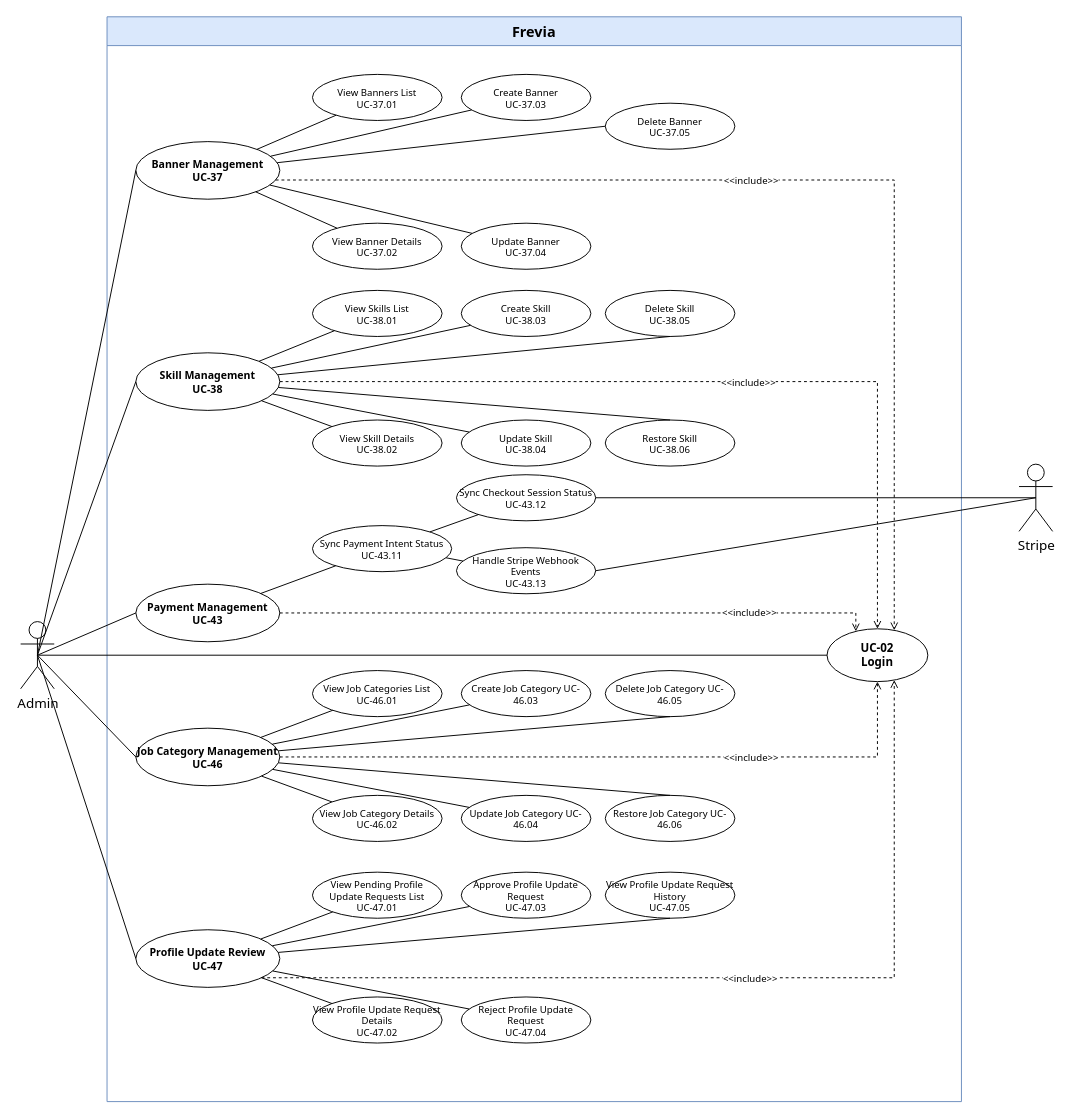
This is page "Admin 4/4" (4 of 4) of uc-diagrams/Admin.drawio from Thunggg/Frevia, a draw.io file, before an edit. Source tidied: cells renumbered, new cells numbered last; positions are measured from the earlier drawing's top-left corner, leaving out a move shared by most shapes. Both pictures are drawn from the tidied source at 96%, with x=0, y=0 at pixel (20, 16).
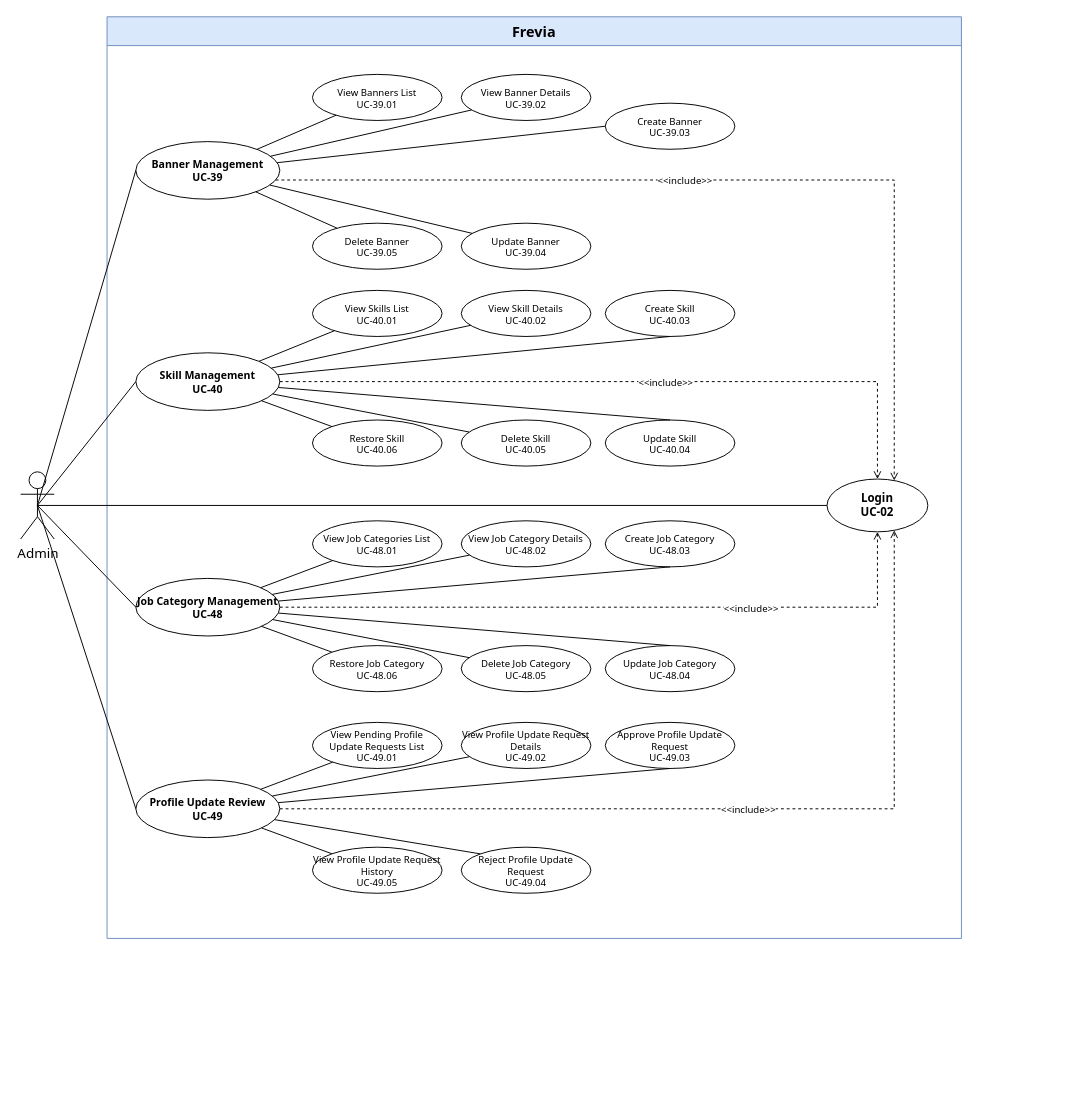
Above is the later version.

Commit message (it also covers changes not shown here):
docs(uc-diagrams): sync UC diagrams with Frevia_BACKLOG and clockwise ordering

The edit, as a diff of the source:
```diff
@@
     <mxCell id="2" value="Frevia" style="swimlane;whiteSpace=wrap;html=1;startSize=30;fontSize=15;fontFamily=Tahoma;fontStyle=1;fillColor=#dae8fc;strokeColor=#6c8ebf;" parent="1" vertex="1">
-      <mxGeometry x="90" width="890" height="1130" as="geometry" />
+      <mxGeometry x="90" width="890" height="960" as="geometry" />
     </mxCell>
-    <mxCell id="3" value="UC-02&#10;Login" style="ellipse;whiteSpace=wrap;html=1;fontSize=12;fontFamily=Tahoma;fontStyle=1;fillColor=#ffffff;strokeColor=#000000;" parent="2" vertex="1">
-      <mxGeometry x="750" y="637.5" width="105" height="55" as="geometry" />
+    <mxCell id="3" value="Login&#10;UC-02" style="ellipse;whiteSpace=wrap;html=1;fontSize=12;fontFamily=Tahoma;fontStyle=1;fillColor=#ffffff;strokeColor=#000000;" parent="2" vertex="1">
+      <mxGeometry x="750" y="481.5" width="105" height="55" as="geometry" />
     </mxCell>
-    <mxCell id="4" value="Banner Management&#10;UC-37" style="ellipse;whiteSpace=wrap;html=1;fontSize=11;fontFamily=Tahoma;fontStyle=1;fillColor=#ffffff;strokeColor=#000000;" parent="2" vertex="1">
+    <mxCell id="4" value="Banner Management&#10;UC-39" style="ellipse;whiteSpace=wrap;html=1;fontSize=11;fontFamily=Tahoma;fontStyle=1;fillColor=#ffffff;strokeColor=#000000;" parent="2" vertex="1">
       <mxGeometry x="30" y="130" width="150" height="60" as="geometry" />
     </mxCell>
-    <mxCell id="5" value="View Banners List&#10;UC-37.01" style="ellipse;whiteSpace=wrap;html=1;fontSize=10;fontFamily=Tahoma;fillColor=#ffffff;strokeColor=#000000;" parent="2" vertex="1">
+    <mxCell id="5" value="View Banners List&#10;UC-39.01" style="ellipse;whiteSpace=wrap;html=1;fontSize=10;fontFamily=Tahoma;fillColor=#ffffff;strokeColor=#000000;" parent="2" vertex="1">
       <mxGeometry x="214" y="60" width="135" height="48" as="geometry" />
     </mxCell>
-    <mxCell id="6" value="View Banner Details&#10;UC-37.02" style="ellipse;whiteSpace=wrap;html=1;fontSize=10;fontFamily=Tahoma;fillColor=#ffffff;strokeColor=#000000;" parent="2" vertex="1">
+    <mxCell id="6" value="Delete Banner&#10;UC-39.05" style="ellipse;whiteSpace=wrap;html=1;fontSize=10;fontFamily=Tahoma;fillColor=#ffffff;strokeColor=#000000;" parent="2" vertex="1">
       <mxGeometry x="214" y="215" width="135" height="48" as="geometry" />
     </mxCell>
-    <mxCell id="7" value="Create Banner&#10;UC-37.03" style="ellipse;whiteSpace=wrap;html=1;fontSize=10;fontFamily=Tahoma;fillColor=#ffffff;strokeColor=#000000;" parent="2" vertex="1">
+    <mxCell id="7" value="View Banner Details&#10;UC-39.02" style="ellipse;whiteSpace=wrap;html=1;fontSize=10;fontFamily=Tahoma;fillColor=#ffffff;strokeColor=#000000;" parent="2" vertex="1">
       <mxGeometry x="369" y="60" width="135" height="48" as="geometry" />
     </mxCell>
-    <mxCell id="8" value="Update Banner&#10;UC-37.04" style="ellipse;whiteSpace=wrap;html=1;fontSize=10;fontFamily=Tahoma;fillColor=#ffffff;strokeColor=#000000;" parent="2" vertex="1">
+    <mxCell id="8" value="Update Banner&#10;UC-39.04" style="ellipse;whiteSpace=wrap;html=1;fontSize=10;fontFamily=Tahoma;fillColor=#ffffff;strokeColor=#000000;" parent="2" vertex="1">
       <mxGeometry x="369" y="215" width="135" height="48" as="geometry" />
     </mxCell>
-    <mxCell id="9" value="Delete Banner&#10;UC-37.05" style="ellipse;whiteSpace=wrap;html=1;fontSize=10;fontFamily=Tahoma;fillColor=#ffffff;strokeColor=#000000;" parent="2" vertex="1">
+    <mxCell id="9" value="Create Banner&#10;UC-39.03" style="ellipse;whiteSpace=wrap;html=1;fontSize=10;fontFamily=Tahoma;fillColor=#ffffff;strokeColor=#000000;" parent="2" vertex="1">
       <mxGeometry x="519" y="90" width="135" height="48" as="geometry" />
     </mxCell>
@@
-    <mxCell id="15" value="Skill Management&#10;UC-38" style="ellipse;whiteSpace=wrap;html=1;fontSize=11;fontFamily=Tahoma;fontStyle=1;fillColor=#ffffff;strokeColor=#000000;" parent="2" vertex="1">
+    <mxCell id="15" value="Skill Management&#10;UC-40" style="ellipse;whiteSpace=wrap;html=1;fontSize=11;fontFamily=Tahoma;fontStyle=1;fillColor=#ffffff;strokeColor=#000000;" parent="2" vertex="1">
       <mxGeometry x="30" y="350" width="150" height="60" as="geometry" />
     </mxCell>
-    <mxCell id="16" value="View Skills List&#10;UC-38.01" style="ellipse;whiteSpace=wrap;html=1;fontSize=10;fontFamily=Tahoma;fillColor=#ffffff;strokeColor=#000000;" parent="2" vertex="1">
+    <mxCell id="16" value="View Skills List&#10;UC-40.01" style="ellipse;whiteSpace=wrap;html=1;fontSize=10;fontFamily=Tahoma;fillColor=#ffffff;strokeColor=#000000;" parent="2" vertex="1">
       <mxGeometry x="214" y="285" width="135" height="48" as="geometry" />
     </mxCell>
-    <mxCell id="17" value="View Skill Details&#10;UC-38.02" style="ellipse;whiteSpace=wrap;html=1;fontSize=10;fontFamily=Tahoma;fillColor=#ffffff;strokeColor=#000000;" parent="2" vertex="1">
+    <mxCell id="17" value="Restore Skill&#10;UC-40.06" style="ellipse;whiteSpace=wrap;html=1;fontSize=10;fontFamily=Tahoma;fillColor=#ffffff;strokeColor=#000000;" parent="2" vertex="1">
       <mxGeometry x="214" y="420" width="135" height="48" as="geometry" />
     </mxCell>
-    <mxCell id="18" value="Create Skill&#10;UC-38.03" style="ellipse;whiteSpace=wrap;html=1;fontSize=10;fontFamily=Tahoma;fillColor=#ffffff;strokeColor=#000000;" parent="2" vertex="1">
+    <mxCell id="18" value="View Skill Details&#10;UC-40.02" style="ellipse;whiteSpace=wrap;html=1;fontSize=10;fontFamily=Tahoma;fillColor=#ffffff;strokeColor=#000000;" parent="2" vertex="1">
       <mxGeometry x="369" y="285" width="135" height="48" as="geometry" />
     </mxCell>
-    <mxCell id="19" value="Update Skill&#10;UC-38.04" style="ellipse;whiteSpace=wrap;html=1;fontSize=10;fontFamily=Tahoma;fillColor=#ffffff;strokeColor=#000000;" parent="2" vertex="1">
+    <mxCell id="19" value="Delete Skill&#10;UC-40.05" style="ellipse;whiteSpace=wrap;html=1;fontSize=10;fontFamily=Tahoma;fillColor=#ffffff;strokeColor=#000000;" parent="2" vertex="1">
       <mxGeometry x="369" y="420" width="135" height="48" as="geometry" />
     </mxCell>
-    <mxCell id="20" value="Delete Skill&#10;UC-38.05" style="ellipse;whiteSpace=wrap;html=1;fontSize=10;fontFamily=Tahoma;fillColor=#ffffff;strokeColor=#000000;" parent="2" vertex="1">
+    <mxCell id="20" value="Create Skill&#10;UC-40.03" style="ellipse;whiteSpace=wrap;html=1;fontSize=10;fontFamily=Tahoma;fillColor=#ffffff;strokeColor=#000000;" parent="2" vertex="1">
       <mxGeometry x="519" y="285" width="135" height="48" as="geometry" />
     </mxCell>
-    <mxCell id="21" value="Restore Skill&#10;UC-38.06" style="ellipse;whiteSpace=wrap;html=1;fontSize=10;fontFamily=Tahoma;fillColor=#ffffff;strokeColor=#000000;" parent="2" vertex="1">
+    <mxCell id="21" value="Update Skill&#10;UC-40.04" style="ellipse;whiteSpace=wrap;html=1;fontSize=10;fontFamily=Tahoma;fillColor=#ffffff;strokeColor=#000000;" parent="2" vertex="1">
       <mxGeometry x="519" y="420" width="135" height="48" as="geometry" />
     </mxCell>
@@
-    <mxCell id="28" value="Payment Management&#10;UC-43" style="ellipse;whiteSpace=wrap;html=1;fontSize=11;fontFamily=Tahoma;fontStyle=1;fillColor=#ffffff;strokeColor=#000000;" parent="2" vertex="1">
-      <mxGeometry x="30" y="591" width="150" height="60" as="geometry" />
-    </mxCell>
-    <mxCell id="29" value="Sync Payment Intent Status&#10;UC-43.11" style="ellipse;whiteSpace=wrap;html=1;fontSize=10;fontFamily=Tahoma;fillColor=#ffffff;strokeColor=#000000;" parent="2" vertex="1">
-      <mxGeometry x="214" y="530" width="145" height="48" as="geometry" />
-    </mxCell>
-    <mxCell id="30" style="endArrow=none;html=1;rounded=0;fontFamily=Tahoma;fontSize=13;" parent="2" edge="1" source="28" target="29">
-      <mxGeometry relative="1" as="geometry" />
-    </mxCell>
-    <mxCell id="31" value="Job Category Management&#10;UC-46" style="ellipse;whiteSpace=wrap;html=1;fontSize=11;fontFamily=Tahoma;fontStyle=1;fillColor=#ffffff;strokeColor=#000000;" parent="2" vertex="1">
-      <mxGeometry x="30" y="741" width="150" height="60" as="geometry" />
+    <mxCell id="31" value="Job Category Management&#10;UC-48" style="ellipse;whiteSpace=wrap;html=1;fontSize=11;fontFamily=Tahoma;fontStyle=1;fillColor=#ffffff;strokeColor=#000000;" parent="2" vertex="1">
+      <mxGeometry x="30" y="585" width="150" height="60" as="geometry" />
     </mxCell>
-    <mxCell id="32" value="View Job Categories List&#10;UC-46.01" style="ellipse;whiteSpace=wrap;html=1;fontSize=10;fontFamily=Tahoma;fillColor=#ffffff;strokeColor=#000000;" parent="2" vertex="1">
-      <mxGeometry x="214" y="681" width="135" height="48" as="geometry" />
+    <mxCell id="32" value="View Job Categories List&#10;UC-48.01" style="ellipse;whiteSpace=wrap;html=1;fontSize=10;fontFamily=Tahoma;fillColor=#ffffff;strokeColor=#000000;" parent="2" vertex="1">
+      <mxGeometry x="214" y="525" width="135" height="48" as="geometry" />
     </mxCell>
-    <mxCell id="33" value="View Job Category Details&#10;UC-46.02" style="ellipse;whiteSpace=wrap;html=1;fontSize=10;fontFamily=Tahoma;fillColor=#ffffff;strokeColor=#000000;" parent="2" vertex="1">
-      <mxGeometry x="214" y="811" width="135" height="48" as="geometry" />
+    <mxCell id="33" value="Restore Job Category&#10;UC-48.06" style="ellipse;whiteSpace=wrap;html=1;fontSize=10;fontFamily=Tahoma;fillColor=#ffffff;strokeColor=#000000;" parent="2" vertex="1">
+      <mxGeometry x="214" y="655" width="135" height="48" as="geometry" />
     </mxCell>
-    <mxCell id="34" value="Create Job Category&amp;#xa;UC-46.03" style="ellipse;whiteSpace=wrap;html=1;fontSize=10;fontFamily=Tahoma;fillColor=#ffffff;strokeColor=#000000;" parent="2" vertex="1">
-      <mxGeometry x="369" y="681" width="135" height="48" as="geometry" />
+    <mxCell id="34" value="View Job Category Details&#10;UC-48.02" style="ellipse;whiteSpace=wrap;html=1;fontSize=10;fontFamily=Tahoma;fillColor=#ffffff;strokeColor=#000000;" parent="2" vertex="1">
+      <mxGeometry x="369" y="525" width="135" height="48" as="geometry" />
     </mxCell>
-    <mxCell id="35" value="Update Job Category&amp;#xa;UC-46.04" style="ellipse;whiteSpace=wrap;html=1;fontSize=10;fontFamily=Tahoma;fillColor=#ffffff;strokeColor=#000000;" parent="2" vertex="1">
-      <mxGeometry x="369" y="811" width="135" height="48" as="geometry" />
+    <mxCell id="35" value="Delete Job Category&#10;UC-48.05" style="ellipse;whiteSpace=wrap;html=1;fontSize=10;fontFamily=Tahoma;fillColor=#ffffff;strokeColor=#000000;" parent="2" vertex="1">
+      <mxGeometry x="369" y="655" width="135" height="48" as="geometry" />
     </mxCell>
-    <mxCell id="36" value="Delete Job Category&amp;#xa;UC-46.05" style="ellipse;whiteSpace=wrap;html=1;fontSize=10;fontFamily=Tahoma;fillColor=#ffffff;strokeColor=#000000;" parent="2" vertex="1">
-      <mxGeometry x="519" y="681" width="135" height="48" as="geometry" />
+    <mxCell id="36" value="Create Job Category&#10;UC-48.03" style="ellipse;whiteSpace=wrap;html=1;fontSize=10;fontFamily=Tahoma;fillColor=#ffffff;strokeColor=#000000;" parent="2" vertex="1">
+      <mxGeometry x="519" y="525" width="135" height="48" as="geometry" />
     </mxCell>
@@
-    <mxCell id="42" value="Profile Update Review&#10;UC-47" style="ellipse;whiteSpace=wrap;html=1;fontSize=11;fontFamily=Tahoma;fontStyle=1;fillColor=#ffffff;strokeColor=#000000;" parent="2" vertex="1">
-      <mxGeometry x="30" y="951" width="150" height="60" as="geometry" />
+    <mxCell id="42" value="Profile Update Review&#10;UC-49" style="ellipse;whiteSpace=wrap;html=1;fontSize=11;fontFamily=Tahoma;fontStyle=1;fillColor=#ffffff;strokeColor=#000000;" parent="2" vertex="1">
+      <mxGeometry x="30" y="795" width="150" height="60" as="geometry" />
     </mxCell>
-    <mxCell id="43" value="View Pending Profile Update Requests List&#10;UC-47.01" style="ellipse;whiteSpace=wrap;html=1;fontSize=10;fontFamily=Tahoma;fillColor=#ffffff;strokeColor=#000000;" parent="2" vertex="1">
-      <mxGeometry x="214" y="891" width="135" height="48" as="geometry" />
+    <mxCell id="43" value="View Pending Profile Update Requests List&#10;UC-49.01" style="ellipse;whiteSpace=wrap;html=1;fontSize=10;fontFamily=Tahoma;fillColor=#ffffff;strokeColor=#000000;" parent="2" vertex="1">
+      <mxGeometry x="214" y="735" width="135" height="48" as="geometry" />
     </mxCell>
-    <mxCell id="44" value="View Profile Update Request Details&#10;UC-47.02" style="ellipse;whiteSpace=wrap;html=1;fontSize=10;fontFamily=Tahoma;fillColor=#ffffff;strokeColor=#000000;" parent="2" vertex="1">
-      <mxGeometry x="214" y="1021" width="135" height="48" as="geometry" />
+    <mxCell id="44" value="View Profile Update Request History&#10;UC-49.05" style="ellipse;whiteSpace=wrap;html=1;fontSize=10;fontFamily=Tahoma;fillColor=#ffffff;strokeColor=#000000;" parent="2" vertex="1">
+      <mxGeometry x="214" y="865" width="135" height="48" as="geometry" />
     </mxCell>
-    <mxCell id="45" value="Approve Profile Update Request&#10;UC-47.03" style="ellipse;whiteSpace=wrap;html=1;fontSize=10;fontFamily=Tahoma;fillColor=#ffffff;strokeColor=#000000;" parent="2" vertex="1">
-      <mxGeometry x="369" y="891" width="135" height="48" as="geometry" />
+    <mxCell id="45" value="View Profile Update Request Details&#10;UC-49.02" style="ellipse;whiteSpace=wrap;html=1;fontSize=10;fontFamily=Tahoma;fillColor=#ffffff;strokeColor=#000000;" parent="2" vertex="1">
+      <mxGeometry x="369" y="735" width="135" height="48" as="geometry" />
     </mxCell>
-    <mxCell id="46" value="Reject Profile Update Request&#10;UC-47.04" style="ellipse;whiteSpace=wrap;html=1;fontSize=10;fontFamily=Tahoma;fillColor=#ffffff;strokeColor=#000000;" parent="2" vertex="1">
-      <mxGeometry x="369" y="1021" width="135" height="48" as="geometry" />
+    <mxCell id="46" value="Reject Profile Update Request&#10;UC-49.04" style="ellipse;whiteSpace=wrap;html=1;fontSize=10;fontFamily=Tahoma;fillColor=#ffffff;strokeColor=#000000;" parent="2" vertex="1">
+      <mxGeometry x="369" y="865" width="135" height="48" as="geometry" />
     </mxCell>
-    <mxCell id="47" value="View Profile Update Request History&#10;UC-47.05" style="ellipse;whiteSpace=wrap;html=1;fontSize=10;fontFamily=Tahoma;fillColor=#ffffff;strokeColor=#000000;" parent="2" vertex="1">
-      <mxGeometry x="519" y="891" width="135" height="48" as="geometry" />
+    <mxCell id="47" value="Approve Profile Update Request&#10;UC-49.03" style="ellipse;whiteSpace=wrap;html=1;fontSize=10;fontFamily=Tahoma;fillColor=#ffffff;strokeColor=#000000;" parent="2" vertex="1">
+      <mxGeometry x="519" y="735" width="135" height="48" as="geometry" />
     </mxCell>
@@
-    <mxCell id="51" style="endArrow=none;html=1;rounded=0;fontFamily=Tahoma;fontSize=13;" parent="2" edge="1" source="42" target="46">
+    <mxCell id="51" style="endArrow=none;html=1;rounded=0;fontFamily=Tahoma;fontSize=13;entryX=0;entryY=0;entryDx=0;entryDy=0;" parent="2" edge="1" source="42" target="46">
       <mxGeometry relative="1" as="geometry" />
     </mxCell>
@@
-    <mxCell id="54" value="&amp;lt;&amp;lt;include&amp;gt;&amp;gt;" style="edgeStyle=orthogonalEdgeStyle;rounded=0;endArrow=open;dashed=1;html=1;strokeColor=#000000;fontSize=10;fontFamily=Tahoma;labelBackgroundColor=#ffffff;align=center;verticalAlign=middle;" parent="2" edge="1" source="28" target="3">
-      <mxGeometry x="0.58" y="1" relative="1" as="geometry">
-        <Array as="points">
-          <mxPoint x="780" y="621" />
-        </Array>
-      </mxGeometry>
-    </mxCell>
     <mxCell id="55" value="&amp;lt;&amp;lt;include&amp;gt;&amp;gt;" style="edgeStyle=orthogonalEdgeStyle;rounded=0;endArrow=open;dashed=1;html=1;strokeColor=#000000;fontSize=10;fontFamily=Tahoma;labelBackgroundColor=#ffffff;align=center;verticalAlign=middle;" parent="2" edge="1" source="42" target="3">
       <mxGeometry x="0.05" relative="1" as="geometry">
         <Array as="points">
-          <mxPoint x="820" y="1001" />
+          <mxPoint x="820" y="825" />
         </Array>
       </mxGeometry>
     </mxCell>
-    <mxCell id="56" value="Restore Job Category&amp;#xa;UC-46.06" style="ellipse;whiteSpace=wrap;html=1;fontSize=10;fontFamily=Tahoma;fillColor=#ffffff;strokeColor=#000000;" parent="2" vertex="1">
-      <mxGeometry x="519" y="811" width="135" height="48" as="geometry" />
+    <mxCell id="56" value="Update Job Category&#10;UC-48.04" style="ellipse;whiteSpace=wrap;html=1;fontSize=10;fontFamily=Tahoma;fillColor=#ffffff;strokeColor=#000000;" parent="2" vertex="1">
+      <mxGeometry x="519" y="655" width="135" height="48" as="geometry" />
     </mxCell>
@@
-    <mxCell id="58" value="Sync Checkout Session Status&#10;UC-43.12" style="ellipse;whiteSpace=wrap;html=1;fontSize=10;fontFamily=Tahoma;fillColor=#ffffff;strokeColor=#000000;" parent="2" vertex="1">
-      <mxGeometry x="364" y="477" width="145" height="48" as="geometry" />
-    </mxCell>
-    <mxCell id="59" value="Handle Stripe Webhook Events&#10;UC-43.13" style="ellipse;whiteSpace=wrap;html=1;fontSize=10;fontFamily=Tahoma;fillColor=#ffffff;strokeColor=#000000;" parent="2" vertex="1">
-      <mxGeometry x="364" y="553" width="145" height="48" as="geometry" />
-    </mxCell>
-    <mxCell id="60" style="endArrow=none;html=1;rounded=0;fontFamily=Tahoma;fontSize=13;" parent="2" edge="1" source="29" target="58">
-      <mxGeometry relative="1" as="geometry" />
-    </mxCell>
-    <mxCell id="61" style="endArrow=none;html=1;rounded=0;fontFamily=Tahoma;fontSize=13;" parent="2" edge="1" source="29" target="59">
-      <mxGeometry relative="1" as="geometry" />
-    </mxCell>
     <mxCell id="62" value="Admin" style="shape=umlActor;verticalLabelPosition=bottom;verticalAlign=top;html=1;outlineConnect=0;fontSize=14;fontFamily=Tahoma;" parent="1" vertex="1">
-      <mxGeometry y="630" width="35" height="70" as="geometry" />
+      <mxGeometry y="474" width="35" height="70" as="geometry" />
     </mxCell>
@@
-    <mxCell id="66" style="endArrow=none;html=1;rounded=0;fontFamily=Tahoma;fontSize=13;entryX=0;entryY=0.5;entryDx=0;entryDy=0;exitX=0.5;exitY=0.5;exitDx=0;exitDy=0;exitPerimeter=0;" parent="1" edge="1" source="62" target="28">
-      <mxGeometry relative="1" as="geometry" />
-    </mxCell>
@@
-    <mxCell id="71" value="Stripe" style="shape=umlActor;verticalLabelPosition=bottom;verticalAlign=top;html=1;outlineConnect=0;fontSize=14;fontFamily=Tahoma;" parent="1" vertex="1">
-      <mxGeometry x="1040" y="466" width="35" height="70" as="geometry" />
-    </mxCell>
-    <mxCell id="72" style="endArrow=none;html=1;rounded=0;fontFamily=Tahoma;fontSize=13;exitX=0.5;exitY=0.5;exitDx=0;exitDy=0;exitPerimeter=0;entryX=1;entryY=0.5;entryDx=0;entryDy=0;" parent="1" edge="1" source="71" target="58">
-      <mxGeometry relative="1" as="geometry" />
-    </mxCell>
-    <mxCell id="73" style="endArrow=none;html=1;rounded=0;fontFamily=Tahoma;fontSize=13;exitX=0.5;exitY=0.5;exitDx=0;exitDy=0;exitPerimeter=0;entryX=1;entryY=0.5;entryDx=0;entryDy=0;" parent="1" edge="1" source="71" target="59">
-      <mxGeometry relative="1" as="geometry" />
-    </mxCell>
```
